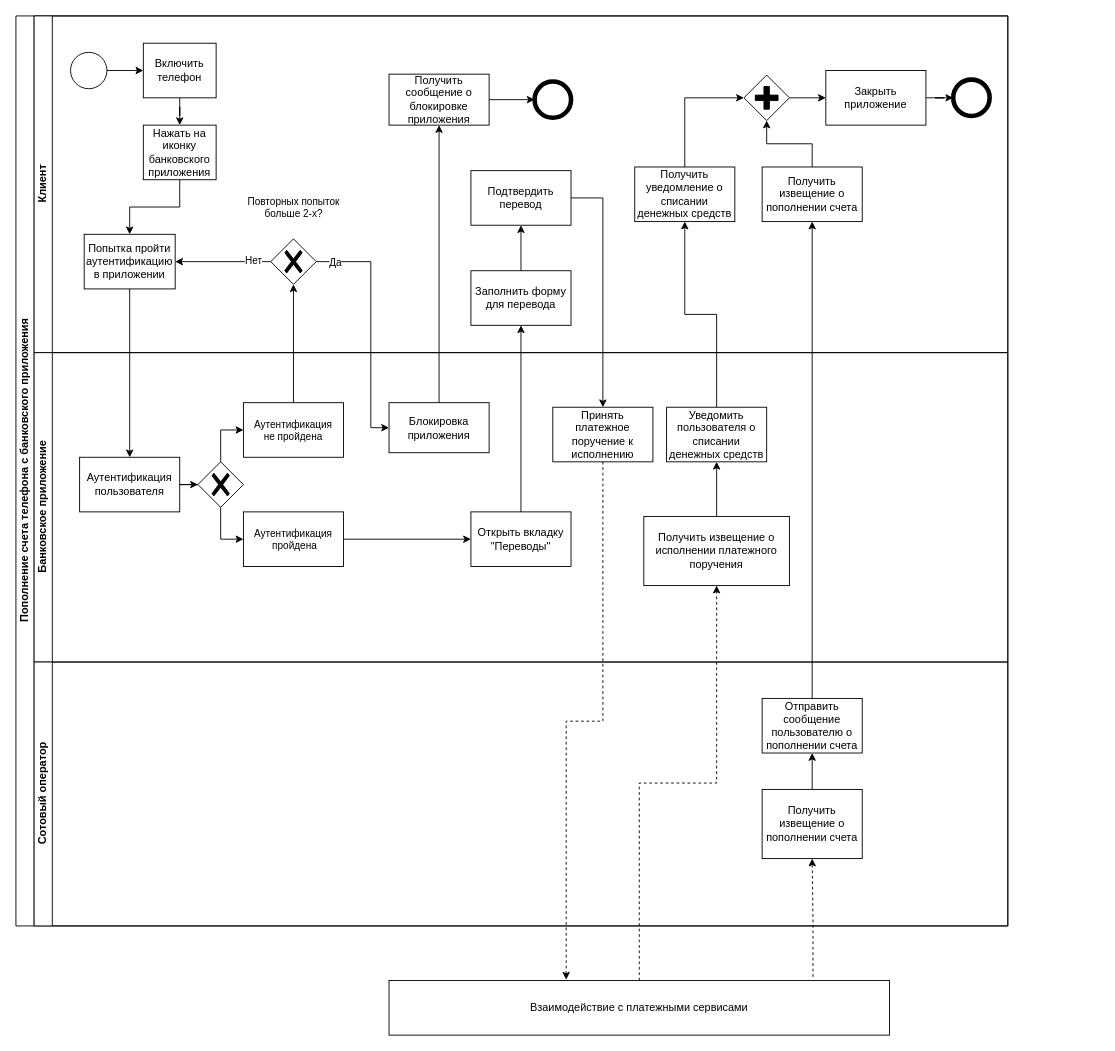
Earlier version of the draw.io diagram BPMN для тестового задания.drawio (pytonuserouner/UML_study). Source tidied: cells renumbered, new cells numbered last; positions are measured from the earlier drawing's top-left corner, leaving out a move shared by most shapes. Both pictures are drawn from the tidied source at 91%, with x=0, y=0 at pixel (15, 15).
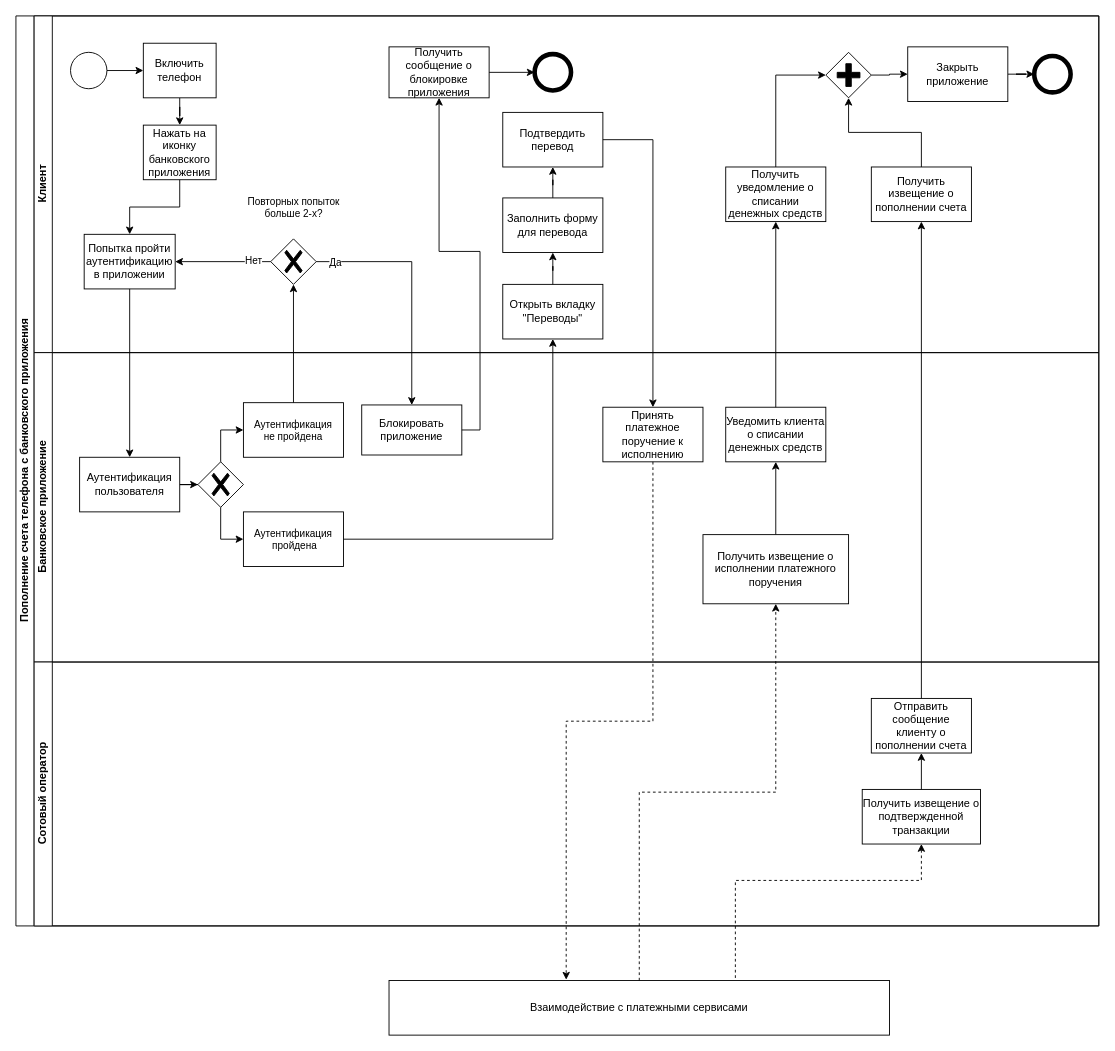
The same page after the edit.

The change refers to these unchanged cells:
```xml
<mxCell id="26" style="points=[[0.25,0.25,0],[0.5,0,0],[0.75,0.25,0],[1,0.5,0],[0.75,0.75,0],[0.5,1,0],[0.25,0.75,0],[0,0.5,0]];shape=mxgraph.bpmn.gateway2;html=1;verticalLabelPosition=bottom;labelBackgroundColor=#ffffff;verticalAlign=top;align=center;perimeter=rhombusPerimeter;outlineConnect=0;outline=none;symbol=none;gwType=exclusive;" parent="3" vertex="1">
  <mxGeometry x="260" y="245" width="50" height="50" as="geometry" />
</mxCell>
<mxCell id="43" value="&lt;span style=&quot;font-size: 11px; text-wrap-mode: nowrap; background-color: rgb(255, 255, 255);&quot;&gt;Аутентификация&lt;/span&gt;&lt;div style=&quot;font-size: 11px; text-wrap-mode: nowrap;&quot;&gt;&amp;nbsp;пройдена&lt;/div&gt;" style="rounded=0;whiteSpace=wrap;html=1;fontFamily=Helvetica;fontSize=12;fontColor=#000000;align=center;" parent="30" vertex="1">
  <mxGeometry x="230" y="175" width="110" height="60" as="geometry" />
</mxCell>
<mxCell id="59" value="Взаимодействие с платежными сервисами" style="rounded=0;whiteSpace=wrap;html=1;fontFamily=Helvetica;fontSize=12;fontColor=#000000;align=center;" parent="1" vertex="1">
  <mxGeometry x="410" y="1060" width="550" height="60" as="geometry" />
</mxCell>
```

Change to the diagram source:
```diff
@@
     <mxCell id="2" value="Пополнение счета телефона с банковского приложения" style="swimlane;html=1;horizontal=0;startSize=20;" parent="1" vertex="1">
-      <mxGeometry width="1090" height="1000" as="geometry" />
+      <mxGeometry width="1190" height="1000" as="geometry" />
     </mxCell>
     <mxCell id="3" value="Клиент" style="swimlane;html=1;startSize=20;horizontal=0;" parent="2" vertex="1">
-      <mxGeometry x="20" width="1070" height="370" as="geometry" />
+      <mxGeometry x="20" width="1170" height="370" as="geometry" />
     </mxCell>
@@
     <mxCell id="11" value="Получить извещение о пополнении счета" style="rounded=0;whiteSpace=wrap;html=1;fontFamily=Helvetica;fontSize=12;fontColor=#000000;align=center;" parent="3" vertex="1">
-      <mxGeometry x="800" y="166" width="110" height="60" as="geometry" />
+      <mxGeometry x="920" y="166" width="110" height="60" as="geometry" />
     </mxCell>
     <mxCell id="12" value="Получить уведомление о списании денежных средств" style="rounded=0;whiteSpace=wrap;html=1;fontFamily=Helvetica;fontSize=12;fontColor=#000000;align=center;" parent="3" vertex="1">
-      <mxGeometry x="660" y="166" width="110" height="60" as="geometry" />
+      <mxGeometry x="760" y="166" width="110" height="60" as="geometry" />
     </mxCell>
@@
     <mxCell id="14" style="points=[[0.25,0.25,0],[0.5,0,0],[0.75,0.25,0],[1,0.5,0],[0.75,0.75,0],[0.5,1,0],[0.25,0.75,0],[0,0.5,0]];shape=mxgraph.bpmn.gateway2;html=1;verticalLabelPosition=bottom;labelBackgroundColor=#ffffff;verticalAlign=top;align=center;perimeter=rhombusPerimeter;outlineConnect=0;outline=none;symbol=none;gwType=parallel;" parent="3" vertex="1">
-      <mxGeometry x="780" y="65" width="50" height="50" as="geometry" />
+      <mxGeometry x="870" y="40" width="50" height="50" as="geometry" />
     </mxCell>
@@
     <mxCell id="17" style="ellipse;whiteSpace=wrap;html=1;strokeWidth=5;" parent="3" vertex="1">
-      <mxGeometry x="1010" y="70" width="40" height="40" as="geometry" />
+      <mxGeometry x="1099" y="44" width="40" height="40" as="geometry" />
     </mxCell>
@@
     <mxCell id="19" value="Закрыть приложение" style="rounded=0;whiteSpace=wrap;html=1;fontFamily=Helvetica;fontSize=12;fontColor=#000000;align=center;" parent="3" vertex="1">
-      <mxGeometry x="870" y="60" width="110" height="60" as="geometry" />
+      <mxGeometry x="960" y="34" width="110" height="60" as="geometry" />
     </mxCell>
@@
     <mxCell id="21" value="Заполнить форму для перевода" style="rounded=0;whiteSpace=wrap;html=1;fontFamily=Helvetica;fontSize=12;fontColor=#000000;align=center;" parent="3" vertex="1">
-      <mxGeometry x="480" y="280" width="110" height="60" as="geometry" />
+      <mxGeometry x="515" y="200" width="110" height="60" as="geometry" />
     </mxCell>
     <mxCell id="22" value="Подтвердить перевод" style="rounded=0;whiteSpace=wrap;html=1;fontFamily=Helvetica;fontSize=12;fontColor=#000000;align=center;" parent="3" vertex="1">
-      <mxGeometry x="480" y="170" width="110" height="60" as="geometry" />
+      <mxGeometry x="515" y="106" width="110" height="60" as="geometry" />
     </mxCell>
@@
     <mxCell id="27" value="Получить сообщение о блокировке приложения" style="rounded=0;whiteSpace=wrap;html=1;fontFamily=Helvetica;fontSize=12;fontColor=#000000;align=center;" parent="3" vertex="1">
-      <mxGeometry x="390" y="64" width="110" height="56" as="geometry" />
+      <mxGeometry x="390" y="34" width="110" height="56" as="geometry" />
     </mxCell>
     <mxCell id="28" style="ellipse;whiteSpace=wrap;html=1;strokeWidth=5;" parent="3" vertex="1">
-      <mxGeometry x="550" y="72" width="40" height="40" as="geometry" />
+      <mxGeometry x="550" y="42" width="40" height="40" as="geometry" />
     </mxCell>
@@
+    <mxCell id="37" value="Открыть вкладку &quot;Переводы&quot;" style="rounded=0;whiteSpace=wrap;html=1;fontFamily=Helvetica;fontSize=12;fontColor=#000000;align=center;" parent="3" vertex="1">
+      <mxGeometry x="515" y="295" width="110" height="60" as="geometry" />
+    </mxCell>
+    <mxCell id="53" style="edgeStyle=orthogonalEdgeStyle;rounded=0;jettySize=auto;html=1;" parent="3" edge="1" source="37" target="21">
+      <mxGeometry relative="1" as="geometry" />
+    </mxCell>
     <mxCell id="30" value="Банковское приложение" style="swimlane;html=1;startSize=20;horizontal=0;" parent="2" vertex="1">
-      <mxGeometry x="20" y="370" width="1070" height="340" as="geometry" />
+      <mxGeometry x="20" y="370" width="1170" height="340" as="geometry" />
     </mxCell>
@@
     <mxCell id="32" value="Получить извещение о исполнении платежного поручения" style="rounded=0;whiteSpace=wrap;html=1;fontFamily=Helvetica;fontSize=12;fontColor=#000000;align=center;" parent="30" vertex="1">
-      <mxGeometry x="670" y="180" width="160" height="76" as="geometry" />
+      <mxGeometry x="735" y="200" width="160" height="76" as="geometry" />
     </mxCell>
-    <mxCell id="33" value="Уведомить пользователя о списании денежных средств" style="rounded=0;whiteSpace=wrap;html=1;fontFamily=Helvetica;fontSize=12;fontColor=#000000;align=center;" parent="30" vertex="1">
-      <mxGeometry x="695" y="60" width="110" height="60" as="geometry" />
+    <mxCell id="33" value="Уведомить клиента о списании денежных средств" style="rounded=0;whiteSpace=wrap;html=1;fontFamily=Helvetica;fontSize=12;fontColor=#000000;align=center;" parent="30" vertex="1">
+      <mxGeometry x="760" y="60" width="110" height="60" as="geometry" />
     </mxCell>
@@
-    <mxCell id="37" value="Открыть вкладку &quot;Переводы&quot;" style="rounded=0;whiteSpace=wrap;html=1;fontFamily=Helvetica;fontSize=12;fontColor=#000000;align=center;" parent="30" vertex="1">
-      <mxGeometry x="480" y="175" width="110" height="60" as="geometry" />
-    </mxCell>
     <mxCell id="38" value="Принять платежное поручение к исполнению" style="rounded=0;whiteSpace=wrap;html=1;fontFamily=Helvetica;fontSize=12;fontColor=#000000;align=center;" parent="30" vertex="1">
-      <mxGeometry x="570" y="60" width="110" height="60" as="geometry" />
+      <mxGeometry x="625" y="60" width="110" height="60" as="geometry" />
     </mxCell>
@@
-    <mxCell id="42" style="edgeStyle=orthogonalEdgeStyle;rounded=0;jettySize=auto;html=1;" parent="30" edge="1" source="43" target="37">
-      <mxGeometry relative="1" as="geometry" />
-    </mxCell>
@@
-    <mxCell id="44" value="Блокировка приложения" style="rounded=0;whiteSpace=wrap;html=1;fontFamily=Helvetica;fontSize=12;fontColor=#000000;align=center;" parent="30" vertex="1">
-      <mxGeometry x="390" y="55" width="110" height="55" as="geometry" />
+    <mxCell id="44" value="Блокировать приложение" style="rounded=0;whiteSpace=wrap;html=1;fontFamily=Helvetica;fontSize=12;fontColor=#000000;align=center;" parent="30" vertex="1">
+      <mxGeometry x="360" y="57.5" width="110" height="55" as="geometry" />
     </mxCell>
     <mxCell id="45" value="Сотовый оператор" style="swimlane;html=1;startSize=20;horizontal=0;" parent="2" vertex="1">
-      <mxGeometry x="20" y="710" width="1070" height="290" as="geometry" />
+      <mxGeometry x="20" y="710" width="1170" height="290" as="geometry" />
     </mxCell>
-    <mxCell id="46" style="edgeStyle=orthogonalEdgeStyle;rounded=0;jettySize=auto;html=1;entryX=0.5;entryY=1;entryDx=0;entryDy=0;" parent="45" edge="1" source="47" target="48">
-      <mxGeometry relative="1" as="geometry" />
-    </mxCell>
-    <mxCell id="47" value="Получить извещение о пополнении счета" style="rounded=0;whiteSpace=wrap;html=1;fontFamily=Helvetica;fontSize=12;fontColor=#000000;align=center;" parent="45" vertex="1">
-      <mxGeometry x="800" y="140" width="110" height="76" as="geometry" />
-    </mxCell>
-    <mxCell id="48" value="Отправить сообщение пользователю о пополнении счета" style="rounded=0;whiteSpace=wrap;html=1;fontFamily=Helvetica;fontSize=12;fontColor=#000000;align=center;" parent="45" vertex="1">
-      <mxGeometry x="800" y="40" width="110" height="60" as="geometry" />
+    <mxCell id="48" value="Отправить сообщение клиенту о пополнении счета" style="rounded=0;whiteSpace=wrap;html=1;fontFamily=Helvetica;fontSize=12;fontColor=#000000;align=center;" parent="45" vertex="1">
+      <mxGeometry x="920" y="40" width="110" height="60" as="geometry" />
     </mxCell>
+    <mxCell id="62" value="Получить извещение о подтвержденной транзакции" style="rounded=0;whiteSpace=wrap;html=1;fontFamily=Helvetica;fontSize=12;fontColor=#000000;align=center;" parent="45" vertex="1">
+      <mxGeometry x="910" y="140" width="130" height="60" as="geometry" />
+    </mxCell>
+    <mxCell id="63" style="edgeStyle=orthogonalEdgeStyle;rounded=0;jettySize=auto;html=1;entryX=0.5;entryY=1;entryDx=0;entryDy=0;exitX=0.5;exitY=0;exitDx=0;exitDy=0;" parent="45" edge="1" source="62" target="48">
+      <mxGeometry relative="1" as="geometry" />
+    </mxCell>
@@
-    <mxCell id="53" style="edgeStyle=orthogonalEdgeStyle;rounded=0;jettySize=auto;html=1;" parent="2" edge="1" source="37" target="21">
-      <mxGeometry relative="1" as="geometry" />
-    </mxCell>
@@
-    <mxCell id="55" style="edgeStyle=orthogonalEdgeStyle;rounded=0;jettySize=auto;html=1;entryX=0.5;entryY=1;entryDx=0;entryDy=0;" parent="2" edge="1" source="44" target="27">
+    <mxCell id="55" style="edgeStyle=orthogonalEdgeStyle;rounded=0;jettySize=auto;html=1;entryX=0.5;entryY=1;entryDx=0;entryDy=0;exitX=1;exitY=0.5;exitDx=0;exitDy=0;" parent="2" edge="1" source="44" target="27">
       <mxGeometry relative="1" as="geometry" />
     </mxCell>
-    <mxCell id="56" style="edgeStyle=orthogonalEdgeStyle;rounded=0;jettySize=auto;html=1;entryX=0;entryY=0.5;entryDx=0;entryDy=0;" parent="2" edge="1" source="26" target="44">
-      <mxGeometry relative="1" as="geometry">
-        <Array as="points">
-          <mxPoint x="390" y="270" />
-          <mxPoint x="390" y="453" />
-        </Array>
-      </mxGeometry>
+    <mxCell id="56" style="rounded=0;jettySize=auto;html=1;entryX=0.5;entryY=0;entryDx=0;entryDy=0;edgeStyle=orthogonalEdgeStyle;" parent="2" edge="1" source="26" target="44">
+      <mxGeometry relative="1" as="geometry" />
     </mxCell>
@@
-    <mxCell id="58" style="edgeStyle=orthogonalEdgeStyle;rounded=0;jettySize=auto;html=1;exitX=0.847;exitY=-0.067;exitDx=0;exitDy=0;entryX=0.5;entryY=1;entryDx=0;entryDy=0;dashed=1;exitPerimeter=0;" parent="1" edge="1" source="59" target="47">
-      <mxGeometry relative="1" as="geometry" />
-    </mxCell>
+    <mxCell id="42" style="edgeStyle=orthogonalEdgeStyle;rounded=0;jettySize=auto;html=1;" parent="2" edge="1" source="43" target="37">
+      <mxGeometry relative="1" as="geometry" />
+    </mxCell>
+    <mxCell id="64" style="rounded=0;jettySize=auto;html=1;dashed=1;entryX=0.5;entryY=1;entryDx=0;entryDy=0;exitX=0.692;exitY=-0.047;exitDx=0;exitDy=0;edgeStyle=orthogonalEdgeStyle;exitPerimeter=0;" parent="1" edge="1" source="59" target="62">
+      <mxGeometry relative="1" as="geometry">
+        <Array as="points">
+          <mxPoint x="791" y="950" />
+          <mxPoint x="995" y="950" />
+        </Array>
+      </mxGeometry>
+    </mxCell>
@@
-    <mxCell id="61" style="endArrow=classic;html=1;rounded=0;exitX=0.5;exitY=0;exitDx=0;exitDy=0;entryX=0.5;entryY=1;entryDx=0;entryDy=0;dashed=1;edgeStyle=orthogonalEdgeStyle;" parent="1" edge="1" source="59" target="32">
+    <mxCell id="61" style="edgeStyle=orthogonalEdgeStyle;rounded=0;jettySize=auto;html=1;entryX=0.5;entryY=1;entryDx=0;entryDy=0;exitX=0.5;exitY=0;exitDx=0;exitDy=0;dashed=1;" parent="1" edge="1" source="59" target="32">
       <mxGeometry relative="1" as="geometry" />
     </mxCell>
```
